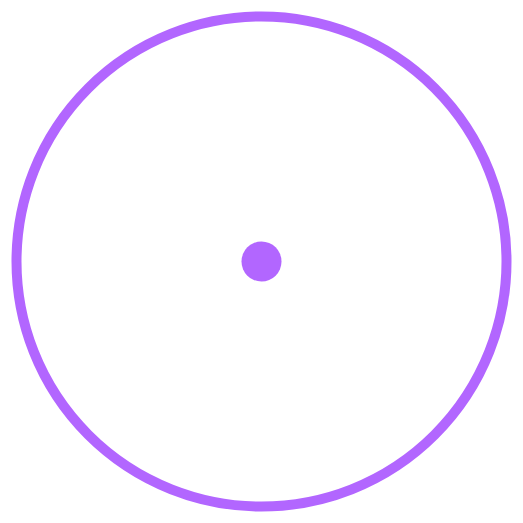
This is page "Loader_Clock" (5 of 11) of Artisan.II/Client.Common/wwwroot/src/icons.drawio from MindHardt/Artisan.II, a draw.io file, before an edit. Source tidied: cells renumbered, new cells numbered last; positions are measured from the earlier drawing's top-left corner, leaving out a move shared by most shapes. Both pictures are drawn from the tidied source at 100%, with x=0, y=0 at pixel (16, 16).
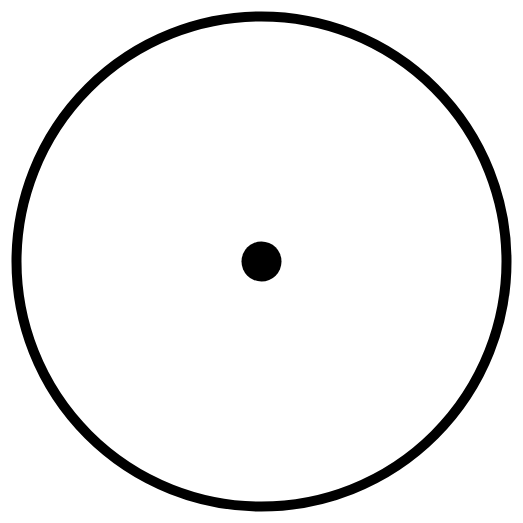
The same diagram, later.

What changed in the source:
```diff
@@
 <mxGraphModel>
   <root>
     <mxCell id="0" />
     <mxCell id="1" parent="0" />
-    <mxCell id="2" style="ellipse;whiteSpace=wrap;html=1;fillColor=none;strokeWidth=10;strokeColor=#B266FF;" parent="1" vertex="1">
+    <mxCell id="2" style="ellipse;whiteSpace=wrap;html=1;fillColor=none;strokeWidth=10;strokeColor=#000000;" parent="1" vertex="1">
       <mxGeometry width="490" height="490" as="geometry" />
     </mxCell>
-    <mxCell id="3" style="ellipse;whiteSpace=wrap;html=1;strokeColor=none;fillColor=#B266FF;" parent="1" vertex="1">
+    <mxCell id="3" style="ellipse;whiteSpace=wrap;html=1;strokeColor=none;fillColor=#000000;" parent="1" vertex="1">
       <mxGeometry x="225" y="225" width="40" height="40" as="geometry" />
     </mxCell>
   </root>
 </mxGraphModel>
```
